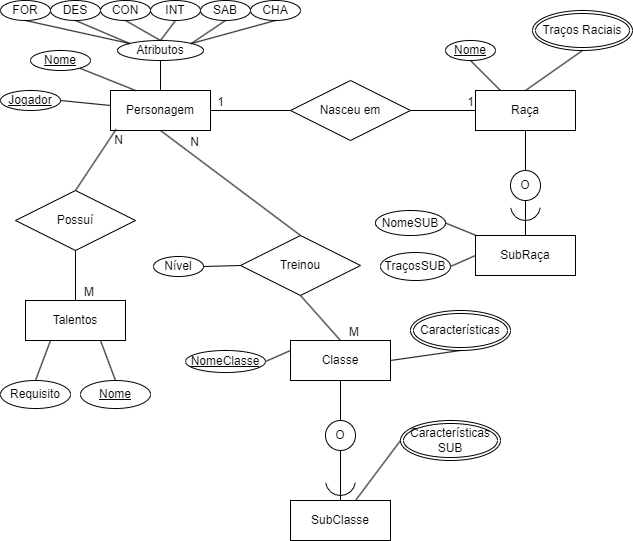
Above: DER.png in VitorFonseca123/DnD-RPG (draw.io), before the change. Source tidied: cells renumbered, new cells last; positions are measured from the earlier drawing's top-left corner, leaving out a move shared by most shapes.
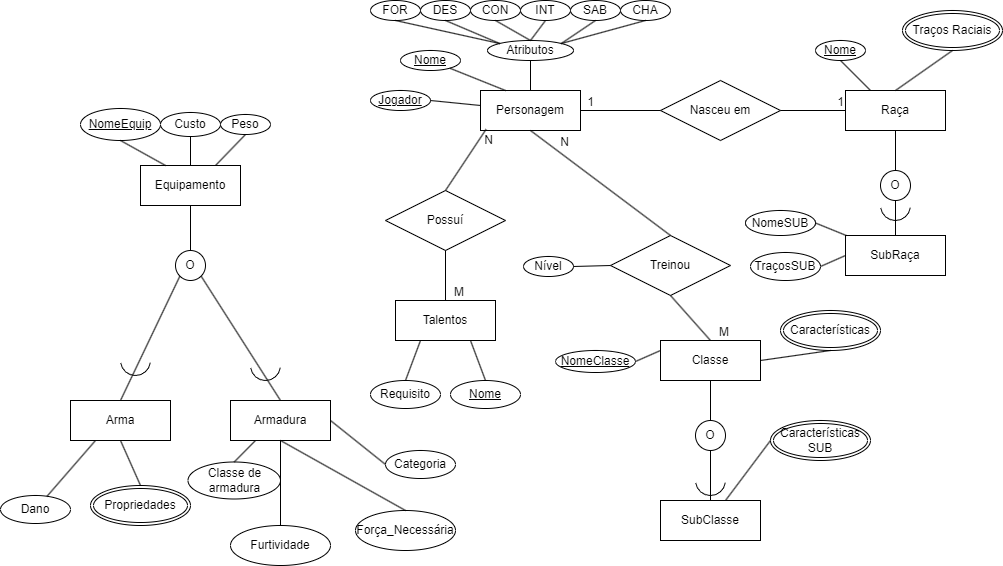
Above is the later version.

Commit message:
adiciona equipamento

Diff of the diagram source:
```diff
@@ -213,5 +213,86 @@
     <mxCell id="68" style="endArrow=none;html=1;rounded=0;exitX=0.25;exitY=1;exitDx=0;exitDy=0;entryX=0.5;entryY=0;entryDx=0;entryDy=0;" parent="1" edge="1" source="59" target="66">
       <mxGeometry relative="1" as="geometry" />
     </mxCell>
+    <mxCell id="69" value="Equipamento" style="whiteSpace=wrap;html=1;align=center;" parent="1" vertex="1">
+      <mxGeometry x="-230" y="165" width="100" height="40" as="geometry" />
+    </mxCell>
+    <mxCell id="70" value="O" style="ellipse;whiteSpace=wrap;html=1;" parent="1" vertex="1">
+      <mxGeometry x="-195" y="250" width="30" height="30" as="geometry" />
+    </mxCell>
+    <mxCell id="71" style="endArrow=none;html=1;rounded=0;exitX=0.5;exitY=1;exitDx=0;exitDy=0;entryX=0.5;entryY=0;entryDx=0;entryDy=0;" parent="1" edge="1" source="69" target="70">
+      <mxGeometry relative="1" as="geometry" />
+    </mxCell>
+    <mxCell id="72" value="Arma" style="whiteSpace=wrap;html=1;align=center;" parent="1" vertex="1">
+      <mxGeometry x="-300" y="400" width="100" height="40" as="geometry" />
+    </mxCell>
+    <mxCell id="73" value="Armadura" style="whiteSpace=wrap;html=1;align=center;" parent="1" vertex="1">
+      <mxGeometry x="-140" y="400" width="100" height="40" as="geometry" />
+    </mxCell>
+    <mxCell id="74" value="NomeEquip" style="ellipse;whiteSpace=wrap;html=1;align=center;fontStyle=4;" parent="1" vertex="1">
+      <mxGeometry x="-290" y="108" width="80" height="32" as="geometry" />
+    </mxCell>
+    <mxCell id="75" value="Custo" style="ellipse;whiteSpace=wrap;html=1;align=center;" parent="1" vertex="1">
+      <mxGeometry x="-210" y="112" width="60" height="24" as="geometry" />
+    </mxCell>
+    <mxCell id="76" value="Peso" style="ellipse;whiteSpace=wrap;html=1;align=center;" parent="1" vertex="1">
+      <mxGeometry x="-150" y="114" width="50" height="20" as="geometry" />
+    </mxCell>
+    <mxCell id="77" style="endArrow=none;html=1;rounded=0;exitX=0.5;exitY=1;exitDx=0;exitDy=0;entryX=0.25;entryY=0;entryDx=0;entryDy=0;" parent="1" edge="1" source="74" target="69">
+      <mxGeometry relative="1" as="geometry" />
+    </mxCell>
+    <mxCell id="78" style="endArrow=none;html=1;rounded=0;exitX=0.5;exitY=1;exitDx=0;exitDy=0;entryX=0.5;entryY=0;entryDx=0;entryDy=0;" parent="1" edge="1" source="75" target="69">
+      <mxGeometry relative="1" as="geometry" />
+    </mxCell>
+    <mxCell id="79" style="endArrow=none;html=1;rounded=0;exitX=0.5;exitY=1;exitDx=0;exitDy=0;entryX=0.75;entryY=0;entryDx=0;entryDy=0;" parent="1" edge="1" source="76" target="69">
+      <mxGeometry relative="1" as="geometry" />
+    </mxCell>
+    <mxCell id="80" style="endArrow=none;html=1;rounded=0;exitX=0;exitY=1;exitDx=0;exitDy=0;entryX=0.5;entryY=0;entryDx=0;entryDy=0;" parent="1" edge="1" source="70" target="72">
+      <mxGeometry relative="1" as="geometry" />
+    </mxCell>
+    <mxCell id="81" style="endArrow=none;html=1;rounded=0;exitX=1;exitY=1;exitDx=0;exitDy=0;entryX=0.5;entryY=0;entryDx=0;entryDy=0;" parent="1" edge="1" source="70" target="73">
+      <mxGeometry relative="1" as="geometry" />
+    </mxCell>
+    <mxCell id="82" style="verticalLabelPosition=bottom;verticalAlign=top;html=1;shape=mxgraph.basic.arc;startAngle=0.6480476249162135;endAngle=0.1;rotation=-135;" parent="1" vertex="1">
+      <mxGeometry x="-120" y="350" width="30" height="30" as="geometry" />
+    </mxCell>
+    <mxCell id="83" style="verticalLabelPosition=bottom;verticalAlign=top;html=1;shape=mxgraph.basic.arc;startAngle=0.6480476249162135;endAngle=0.1;rotation=-135;" parent="1" vertex="1">
+      <mxGeometry x="-250" y="345" width="30" height="30" as="geometry" />
+    </mxCell>
+    <mxCell id="84" value="Dano" style="ellipse;whiteSpace=wrap;html=1;align=center;" parent="1" vertex="1">
+      <mxGeometry x="-370" y="495" width="70" height="28" as="geometry" />
+    </mxCell>
+    <mxCell id="85" value="Propriedades" style="ellipse;shape=doubleEllipse;margin=3;whiteSpace=wrap;html=1;align=center;" parent="1" vertex="1">
+      <mxGeometry x="-280" y="485" width="100" height="40" as="geometry" />
+    </mxCell>
+    <mxCell id="86" style="endArrow=none;html=1;rounded=0;entryX=0.25;entryY=1;entryDx=0;entryDy=0;" parent="1" edge="1" source="84" target="72">
+      <mxGeometry relative="1" as="geometry" />
+    </mxCell>
+    <mxCell id="87" style="endArrow=none;html=1;rounded=0;exitX=0.5;exitY=0;exitDx=0;exitDy=0;entryX=0.5;entryY=1;entryDx=0;entryDy=0;" parent="1" edge="1" source="85" target="72">
+      <mxGeometry relative="1" as="geometry" />
+    </mxCell>
+    <mxCell id="88" value="Classe de armadura" style="ellipse;whiteSpace=wrap;html=1;align=center;" parent="1" vertex="1">
+      <mxGeometry x="-182.5" y="461.5" width="92.5" height="37" as="geometry" />
+    </mxCell>
+    <mxCell id="89" value="Categoria" style="ellipse;whiteSpace=wrap;html=1;align=center;" parent="1" vertex="1">
+      <mxGeometry x="15" y="450" width="70" height="28" as="geometry" />
+    </mxCell>
+    <mxCell id="90" value="Força_Necessária" style="ellipse;whiteSpace=wrap;html=1;align=center;" parent="1" vertex="1">
+      <mxGeometry x="-15" y="510" width="100" height="40" as="geometry" />
+    </mxCell>
+    <mxCell id="91" value="Furtividade" style="ellipse;whiteSpace=wrap;html=1;align=center;" parent="1" vertex="1">
+      <mxGeometry x="-140" y="525" width="100" height="40" as="geometry" />
+    </mxCell>
+    <mxCell id="92" style="endArrow=none;html=1;rounded=0;entryX=0.5;entryY=0;entryDx=0;entryDy=0;exitX=0.25;exitY=1;exitDx=0;exitDy=0;" parent="1" edge="1" source="73" target="88">
+      <mxGeometry relative="1" as="geometry" />
+    </mxCell>
+    <mxCell id="93" style="endArrow=none;html=1;rounded=0;exitX=0.5;exitY=0;exitDx=0;exitDy=0;entryX=0.5;entryY=1;entryDx=0;entryDy=0;" parent="1" edge="1" source="91" target="73">
+      <mxGeometry relative="1" as="geometry" />
+    </mxCell>
+    <mxCell id="94" style="endArrow=none;html=1;rounded=0;exitX=0;exitY=0.5;exitDx=0;exitDy=0;entryX=1;entryY=0.5;entryDx=0;entryDy=0;" parent="1" edge="1" source="89" target="73">
+      <mxGeometry relative="1" as="geometry" />
+    </mxCell>
+    <mxCell id="95" style="endArrow=none;html=1;rounded=0;exitX=0.5;exitY=0;exitDx=0;exitDy=0;entryX=0.5;entryY=1;entryDx=0;entryDy=0;" parent="1" edge="1" source="90" target="73">
+      <mxGeometry relative="1" as="geometry" />
+    </mxCell>
   </root>
 </mxGraphModel>
```
